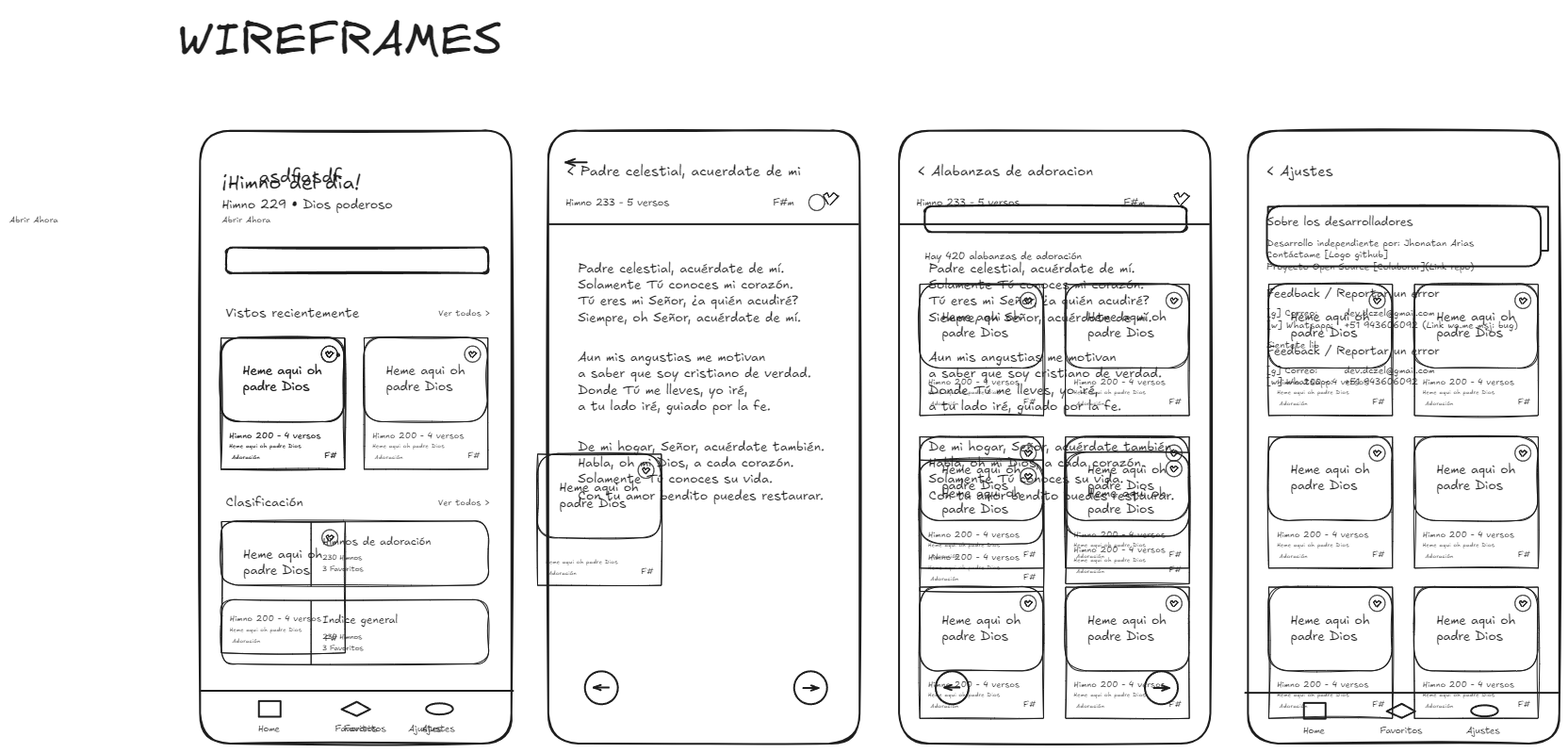
Above: planning/sketch.excalidraw.png in JhonAQ/himnario-adonai (Excalidraw), before the change. Source tidied: one line per element, renumbered; positions are measured from the earlier drawing's top-left corner, leaving out a move shared by most shapes.
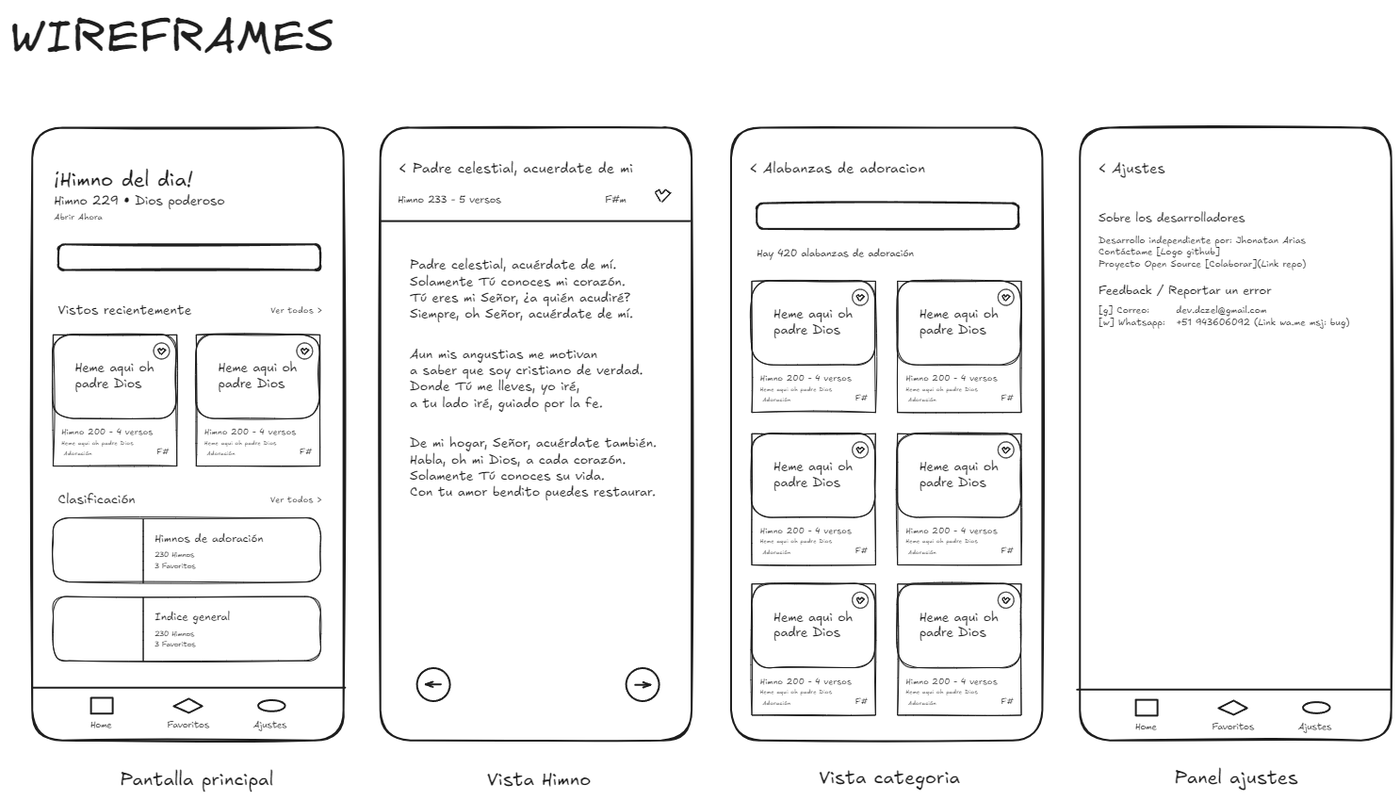
After the commit.

What changed in the source:
```diff
@@ -172,3 +172,7 @@
 {"id": 171, "type": "text", "text": "Desarrollo independiente por: Jhonatan Arias\nContáctame [Logo github]\nProyecto Open Source [Colaborar](Link repo)", "strokeColor": "#1e1e1e", "strokeWidth": 2, "roughness": 0, "fontSize": 10.11, "fontFamily": 5, "x": 1156, "y": 239, "width": 220, "height": 38}
 {"id": 172, "type": "text", "text": "Feedback / Reportar un error", "strokeColor": "#1e1e1e", "strokeWidth": 2, "roughness": 0, "fontSize": 12.68, "fontFamily": 5, "x": 1156, "y": 290, "width": 183, "height": 16}
 {"id": 173, "type": "text", "text": "[g] Correo:       dev.dczel@gmail.com\n[w] Whatsapp:   +51 943606092 (Link wa.me msj: bug)", "strokeColor": "#1e1e1e", "strokeWidth": 2, "roughness": 0, "fontSize": 10.11, "fontFamily": 5, "x": 1156, "y": 313, "width": 267, "height": 25}
+{"id": 174, "type": "text", "text": "Pantalla principal", "strokeColor": "#1e1e1e", "strokeWidth": 2, "roughness": 1, "fontSize": 20, "fontFamily": 5, "x": 117, "y": 805, "width": 163, "height": 25}
+{"id": 175, "type": "text", "text": "Vista Himno", "strokeColor": "#1e1e1e", "strokeWidth": 2, "roughness": 1, "fontSize": 20, "fontFamily": 5, "x": 507, "y": 805, "width": 110, "height": 25}
+{"id": 176, "type": "text", "text": "Vista categoria", "strokeColor": "#1e1e1e", "strokeWidth": 2, "roughness": 1, "fontSize": 20, "fontFamily": 5, "x": 859, "y": 803, "width": 150, "height": 25}
+{"id": 177, "type": "text", "text": "Panel ajustes", "strokeColor": "#1e1e1e", "strokeWidth": 2, "roughness": 1, "fontSize": 20, "fontFamily": 5, "x": 1237, "y": 803, "width": 131, "height": 25}
```
